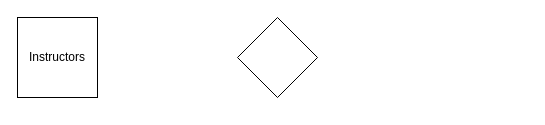
The draw.io diagram Untitled Diagram.drawio in charisvt/edulink, before the edit. Source tidied: cells renumbered, new cells numbered last; positions are measured from the earlier drawing's top-left corner, leaving out a move shared by most shapes. Both pictures are drawn from the tidied source at 100%, with x=0, y=0 at pixel (17, 17).
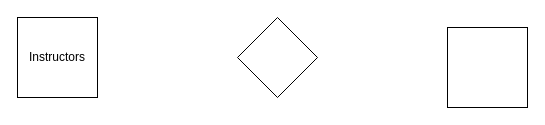
After the change.

Change to the diagram source:
```diff
@@
 <mxGraphModel>
   <root>
     <mxCell id="0" />
     <mxCell id="1" parent="0" />
     <mxCell id="2" value="Instructors" style="whiteSpace=wrap;html=1;" parent="1" vertex="1">
       <mxGeometry width="80" height="80" as="geometry" />
     </mxCell>
     <mxCell id="3" style="rhombus;whiteSpace=wrap;html=1;" parent="1" vertex="1">
       <mxGeometry x="220" width="80" height="80" as="geometry" />
     </mxCell>
+    <mxCell id="4" style="whiteSpace=wrap;html=1;" parent="1" vertex="1">
+      <mxGeometry x="430" y="10" width="80" height="80" as="geometry" />
+    </mxCell>
   </root>
 </mxGraphModel>
```
